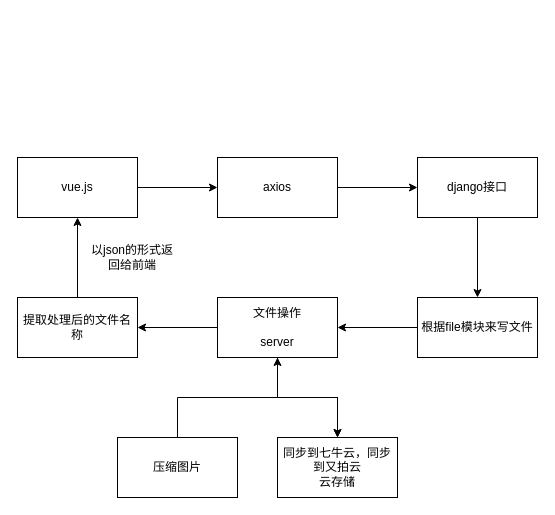
v3ucn/Edu_online keeps this draw.io diagram as 未命名绘图.drawio. Above is the earlier version. Source tidied: cells renumbered, new cells numbered last; positions are measured from the earlier drawing's top-left corner, leaving out a move shared by most shapes. Both pictures are drawn from the tidied source at 100%, with x=0, y=0 at pixel (17, 157).
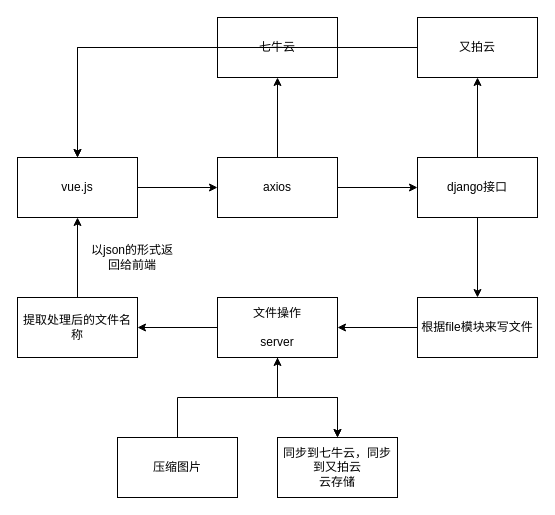
After the change.

Commit message:
上传流程图.drawio

Unchanged cells that the change refers to:
```xml
<mxCell id="3" value="vue.js" style="rounded=0;whiteSpace=wrap;html=1;" parent="1" vertex="1">
  <mxGeometry width="120" height="60" as="geometry" />
</mxCell>
<mxCell id="5" value="axios" style="rounded=0;whiteSpace=wrap;html=1;" parent="1" vertex="1">
  <mxGeometry x="200" width="120" height="60" as="geometry" />
</mxCell>
<mxCell id="7" value="django接口" style="rounded=0;whiteSpace=wrap;html=1;" parent="1" vertex="1">
  <mxGeometry x="400" width="120" height="60" as="geometry" />
</mxCell>
```

What changed in the source:
```diff
@@
+    <mxCell id="20" style="edgeStyle=orthogonalEdgeStyle;rounded=0;jettySize=auto;html=1;" parent="1" edge="1" source="5" target="22">
+      <mxGeometry relative="1" as="geometry" />
+    </mxCell>
@@
+    <mxCell id="21" style="edgeStyle=orthogonalEdgeStyle;rounded=0;jettySize=auto;html=1;entryX=0.5;entryY=0;entryDx=0;entryDy=0;" parent="1" edge="1" source="22" target="3">
+      <mxGeometry relative="1" as="geometry" />
+    </mxCell>
+    <mxCell id="22" value="七牛云" style="rounded=0;whiteSpace=wrap;html=1;" parent="1" vertex="1">
+      <mxGeometry x="200" y="-140" width="120" height="60" as="geometry" />
+    </mxCell>
@@
+    <mxCell id="23" style="edgeStyle=orthogonalEdgeStyle;rounded=0;jettySize=auto;html=1;" parent="1" edge="1" source="7" target="25">
+      <mxGeometry relative="1" as="geometry" />
+    </mxCell>
@@
+    <mxCell id="24" style="edgeStyle=orthogonalEdgeStyle;rounded=0;jettySize=auto;html=1;" parent="1" edge="1" source="25" target="3">
+      <mxGeometry relative="1" as="geometry" />
+    </mxCell>
+    <mxCell id="25" value="又拍云" style="rounded=0;whiteSpace=wrap;html=1;" parent="1" vertex="1">
+      <mxGeometry x="400" y="-140" width="120" height="60" as="geometry" />
+    </mxCell>
```
